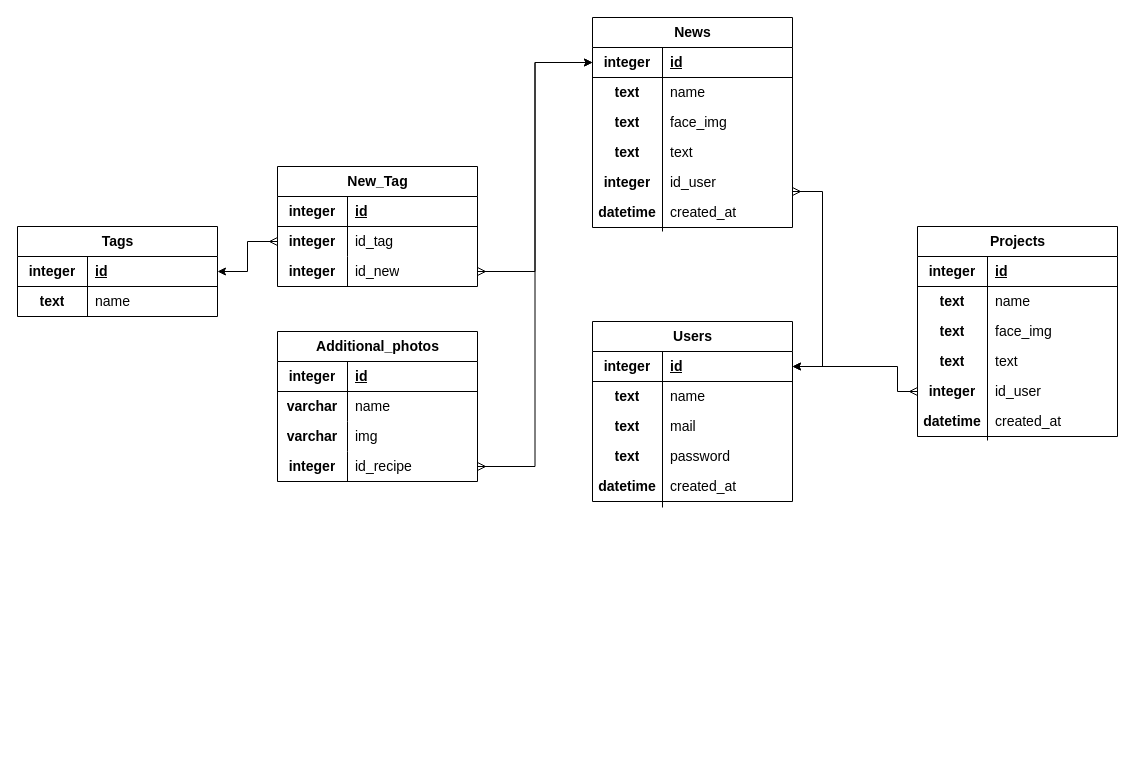
Before: page "БД 3" (13 of 14) of img/Диаграмма без названия.drawio in Discordiks/Pink_girls, a draw.io diagram. Source tidied: cells renumbered, new cells numbered last; positions are measured from the earlier drawing's top-left corner, leaving out a move shared by most shapes. Both pictures are drawn from the tidied source at 100%, with x=0, y=0 at pixel (17, 17).
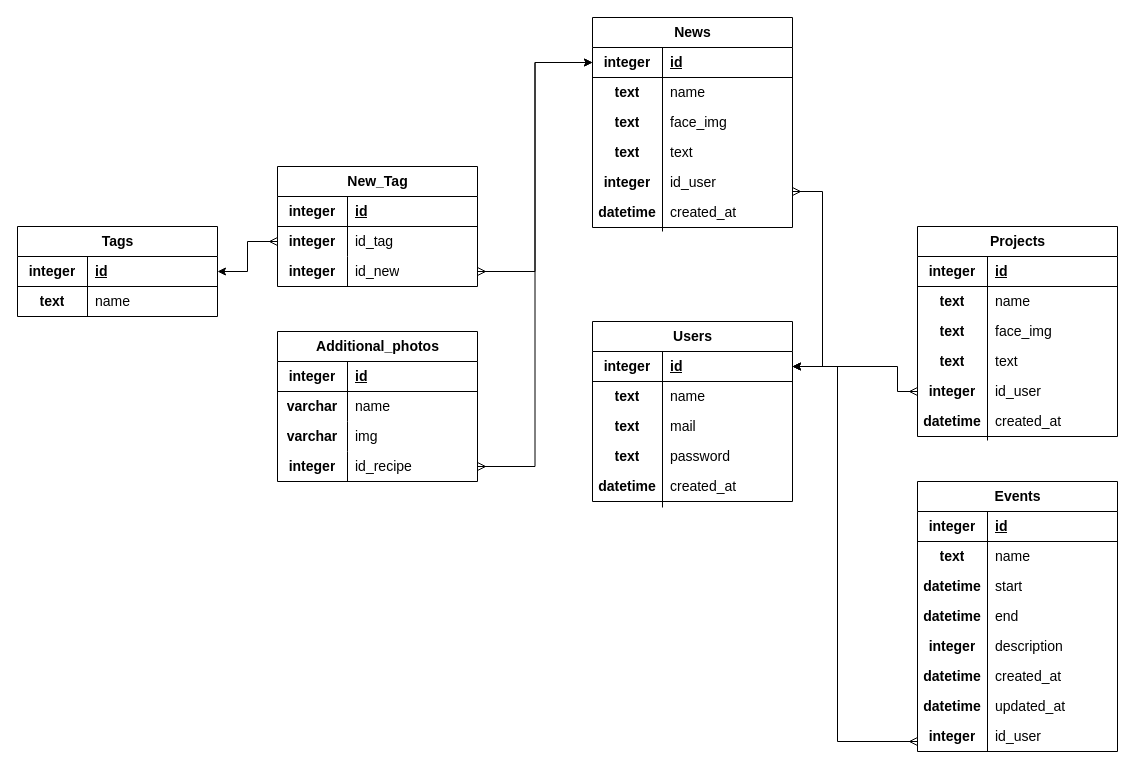
The same diagram, later.

Unchanged cells that the change refers to:
```xml
<mxCell id="65" style="shape=tableRow;horizontal=0;startSize=0;swimlaneHead=0;swimlaneBody=0;fillColor=none;points=[[0,0.5],[1,0.5]];portConstraint=eastwest;top=0;left=0;right=0;bottom=1;fontSize=14;" parent="64" vertex="1">
  <mxGeometry y="30" width="200" height="30" as="geometry" />
</mxCell>
```

The edit, as a diff of the source:
```diff
@@
-    <mxCell id="88" style="shape=tableRow;horizontal=0;startSize=0;swimlaneHead=0;swimlaneBody=0;fillColor=none;top=0;left=0;right=0;bottom=0;fontSize=14;" parent="1" vertex="1">
-      <mxGeometry x="910" y="354" width="200" height="30" as="geometry" />
-    </mxCell>
@@
+    <mxCell id="112" style="group;" parent="1" vertex="1">
+      <mxGeometry x="900" y="464" width="200" height="270" as="geometry" />
+    </mxCell>
+    <mxCell id="113" value="Events" style="shape=table;startSize=30;childLayout=tableLayout;rowLines=0;fontStyle=1;align=center;html=1;fontSize=14;" parent="112" vertex="1">
+      <mxGeometry width="200" height="270" as="geometry" />
+    </mxCell>
+    <mxCell id="114" style="shape=tableRow;horizontal=0;startSize=0;swimlaneHead=0;swimlaneBody=0;fillColor=none;top=0;left=0;right=0;bottom=1;fontSize=14;" parent="113" vertex="1">
+      <mxGeometry y="30" width="200" height="30" as="geometry" />
+    </mxCell>
+    <mxCell id="115" value="integer" style="shape=partialRectangle;fillColor=none;top=0;left=0;bottom=0;right=0;fontStyle=1;overflow=hidden;whiteSpace=wrap;html=1;fontSize=14;" parent="114" vertex="1">
+      <mxGeometry width="70" height="30" as="geometry" />
+    </mxCell>
+    <mxCell id="116" value="id" style="shape=partialRectangle;fillColor=none;top=0;left=0;bottom=0;right=0;align=left;spacingLeft=6;fontStyle=5;overflow=hidden;whiteSpace=wrap;html=1;fontSize=14;" parent="114" vertex="1">
+      <mxGeometry x="70" width="130" height="30" as="geometry" />
+    </mxCell>
+    <mxCell id="117" style="shape=tableRow;horizontal=0;startSize=0;swimlaneHead=0;swimlaneBody=0;fillColor=none;top=0;left=0;right=0;bottom=0;fontSize=14;" parent="113" vertex="1">
+      <mxGeometry y="60" width="200" height="30" as="geometry" />
+    </mxCell>
+    <mxCell id="118" style="shape=partialRectangle;fillColor=none;top=0;left=0;bottom=0;right=0;overflow=hidden;whiteSpace=wrap;html=1;fontSize=14;" parent="117" vertex="1">
+      <mxGeometry width="70" height="30" as="geometry" />
+    </mxCell>
+    <mxCell id="119" value="name" style="shape=partialRectangle;fillColor=none;top=0;left=0;bottom=0;right=0;align=left;spacingLeft=6;overflow=hidden;whiteSpace=wrap;html=1;fontSize=14;" parent="117" vertex="1">
+      <mxGeometry x="70" width="130" height="30" as="geometry" />
+    </mxCell>
+    <mxCell id="120" style="shape=tableRow;horizontal=0;startSize=0;swimlaneHead=0;swimlaneBody=0;fillColor=none;top=0;left=0;right=0;bottom=0;fontSize=14;" parent="113" vertex="1">
+      <mxGeometry y="90" width="200" height="30" as="geometry" />
+    </mxCell>
+    <mxCell id="121" style="shape=partialRectangle;fillColor=none;top=0;left=0;bottom=0;right=0;overflow=hidden;whiteSpace=wrap;html=1;fontSize=14;" parent="120" vertex="1">
+      <mxGeometry width="70" height="30" as="geometry" />
+    </mxCell>
+    <mxCell id="122" value="start" style="shape=partialRectangle;fillColor=none;top=0;left=0;bottom=0;right=0;align=left;spacingLeft=6;overflow=hidden;whiteSpace=wrap;html=1;fontSize=14;" parent="120" vertex="1">
+      <mxGeometry x="70" width="130" height="30" as="geometry" />
+    </mxCell>
+    <mxCell id="123" style="shape=tableRow;horizontal=0;startSize=0;swimlaneHead=0;swimlaneBody=0;fillColor=none;top=0;left=0;right=0;bottom=0;fontSize=14;" parent="113" vertex="1">
+      <mxGeometry y="120" width="200" height="30" as="geometry" />
+    </mxCell>
+    <mxCell id="124" style="shape=partialRectangle;fillColor=none;top=0;left=0;bottom=0;right=0;overflow=hidden;whiteSpace=wrap;html=1;fontSize=14;" parent="123" vertex="1">
+      <mxGeometry width="70" height="30" as="geometry" />
+    </mxCell>
+    <mxCell id="125" value="end" style="shape=partialRectangle;fillColor=none;top=0;left=0;bottom=0;right=0;align=left;spacingLeft=6;overflow=hidden;whiteSpace=wrap;html=1;fontSize=14;" parent="123" vertex="1">
+      <mxGeometry x="70" width="130" height="30" as="geometry" />
+    </mxCell>
+    <mxCell id="126" value="text" style="shape=partialRectangle;fillColor=none;top=0;left=0;bottom=0;right=0;fontStyle=1;overflow=hidden;whiteSpace=wrap;html=1;fontSize=14;" parent="112" vertex="1">
+      <mxGeometry y="60" width="70" height="30" as="geometry" />
+    </mxCell>
+    <mxCell id="127" value="datetime" style="shape=partialRectangle;fillColor=none;top=0;left=0;bottom=0;right=0;fontStyle=1;overflow=hidden;whiteSpace=wrap;html=1;fontSize=14;" parent="112" vertex="1">
+      <mxGeometry y="90" width="70" height="30" as="geometry" />
+    </mxCell>
+    <mxCell id="128" value="datetime" style="shape=partialRectangle;fillColor=none;top=0;left=0;bottom=0;right=0;fontStyle=1;overflow=hidden;whiteSpace=wrap;html=1;fontSize=14;" parent="112" vertex="1">
+      <mxGeometry y="120" width="70" height="30" as="geometry" />
+    </mxCell>
+    <mxCell id="129" value="description" style="shape=partialRectangle;fillColor=none;top=0;left=0;bottom=0;right=0;align=left;spacingLeft=6;overflow=hidden;whiteSpace=wrap;html=1;fontSize=14;" parent="112" vertex="1">
+      <mxGeometry x="70" y="150" width="130" height="30" as="geometry" />
+    </mxCell>
+    <mxCell id="130" value="created_at" style="shape=partialRectangle;fillColor=none;top=0;left=0;bottom=0;right=0;align=left;spacingLeft=6;overflow=hidden;whiteSpace=wrap;html=1;fontSize=14;" parent="112" vertex="1">
+      <mxGeometry x="70" y="180" width="130" height="30" as="geometry" />
+    </mxCell>
+    <mxCell id="131" value="integer" style="shape=partialRectangle;fillColor=none;top=0;left=0;bottom=0;right=0;fontStyle=1;overflow=hidden;whiteSpace=wrap;html=1;fontSize=14;" parent="112" vertex="1">
+      <mxGeometry y="150" width="70" height="30" as="geometry" />
+    </mxCell>
+    <mxCell id="132" value="datetime" style="shape=partialRectangle;fillColor=none;top=0;left=0;bottom=0;right=0;fontStyle=1;overflow=hidden;whiteSpace=wrap;html=1;fontSize=14;" parent="112" vertex="1">
+      <mxGeometry y="180" width="70" height="30" as="geometry" />
+    </mxCell>
+    <mxCell id="133" style="endArrow=none;html=1;rounded=0;fontSize=14;" parent="112" edge="1">
+      <mxGeometry relative="1" as="geometry">
+        <mxPoint x="70" y="214" as="sourcePoint" />
+        <mxPoint x="70" y="30" as="targetPoint" />
+      </mxGeometry>
+    </mxCell>
+    <mxCell id="134" value="datetime" style="shape=partialRectangle;fillColor=none;top=0;left=0;bottom=0;right=0;fontStyle=1;overflow=hidden;whiteSpace=wrap;html=1;fontSize=14;" parent="112" vertex="1">
+      <mxGeometry y="210" width="70" height="30" as="geometry" />
+    </mxCell>
+    <mxCell id="135" value="updated_at" style="shape=partialRectangle;fillColor=none;top=0;left=0;bottom=0;right=0;align=left;spacingLeft=6;overflow=hidden;whiteSpace=wrap;html=1;fontSize=14;perimeterSpacing=999;shadow=0;strokeWidth=1;strokeColor=default;" parent="1" vertex="1">
+      <mxGeometry x="970" y="674" width="130" height="30" as="geometry" />
+    </mxCell>
+    <mxCell id="136" style="endArrow=none;html=1;rounded=0;" parent="1" edge="1">
+      <mxGeometry relative="1" as="geometry">
+        <mxPoint x="970" y="734" as="sourcePoint" />
+        <mxPoint x="970" y="494" as="targetPoint" />
+      </mxGeometry>
+    </mxCell>
+    <mxCell id="137" value="id_user" style="shape=partialRectangle;fillColor=none;top=0;left=0;bottom=0;right=0;align=left;spacingLeft=6;overflow=hidden;whiteSpace=wrap;html=1;fontSize=14;perimeterSpacing=999;shadow=0;strokeWidth=1;strokeColor=default;" parent="1" vertex="1">
+      <mxGeometry x="970" y="704" width="130" height="30" as="geometry" />
+    </mxCell>
+    <mxCell id="138" value="integer" style="shape=partialRectangle;fillColor=none;top=0;left=0;bottom=0;right=0;fontStyle=1;overflow=hidden;whiteSpace=wrap;html=1;fontSize=14;" parent="1" vertex="1">
+      <mxGeometry x="900" y="704" width="70" height="30" as="geometry" />
+    </mxCell>
+    <mxCell id="139" style="edgeStyle=orthogonalEdgeStyle;rounded=0;jettySize=auto;html=1;exitX=1;exitY=0.5;exitDx=0;exitDy=0;endArrow=ERmany;endFill=0;startArrow=classic;startFill=1;fontSize=14;" parent="1" edge="1" source="65">
+      <mxGeometry relative="1" as="geometry">
+        <mxPoint x="900" y="724" as="targetPoint" />
+        <Array as="points">
+          <mxPoint x="820" y="349" />
+          <mxPoint x="820" y="724" />
+        </Array>
+      </mxGeometry>
+    </mxCell>
```
